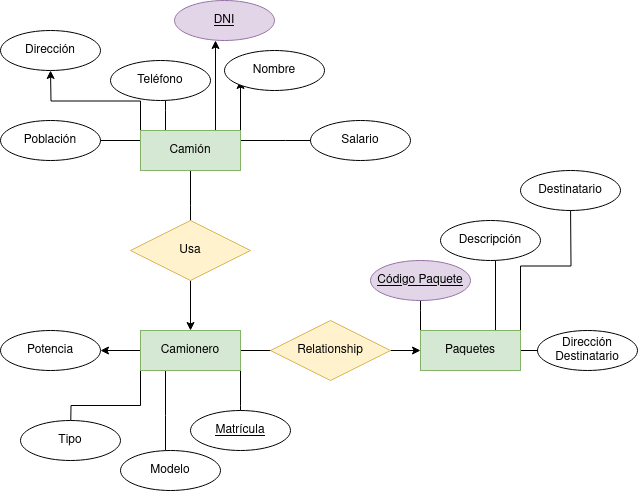
The draw.io diagram Unidad-1/Tareas/Tarea-4/Tarea4.drawio.png in jdrguez/2-Daw, before a commit. Source tidied: cells renumbered, new cells last; positions are measured from the earlier drawing's top-left corner, leaving out a move shared by most shapes.
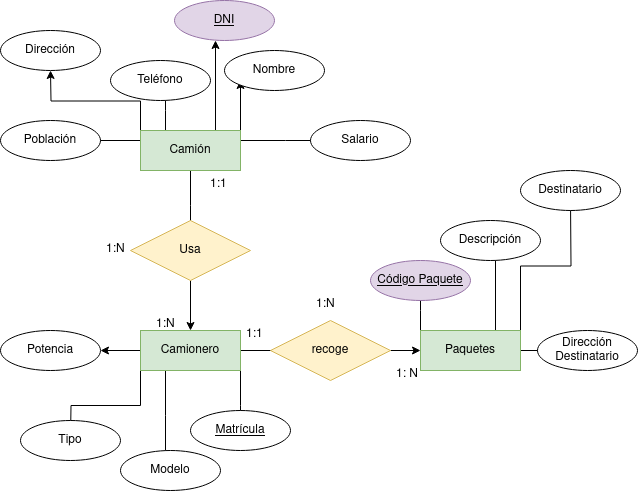
The same diagram one commit later.

The edit, as a diff of the source:
```diff
@@ -98,7 +98,7 @@
     <mxCell id="23" style="edgeStyle=orthogonalEdgeStyle;rounded=0;jettySize=auto;html=1;exitX=1;exitY=0.5;exitDx=0;exitDy=0;entryX=0;entryY=0.5;entryDx=0;entryDy=0;" parent="1" edge="1" source="24" target="22">
       <mxGeometry relative="1" as="geometry" />
     </mxCell>
-    <mxCell id="24" value="Relationship" style="shape=rhombus;perimeter=rhombusPerimeter;whiteSpace=wrap;html=1;align=center;fillColor=#fff2cc;strokeColor=#d6b656;" parent="1" vertex="1">
+    <mxCell id="24" value="recoge" style="shape=rhombus;perimeter=rhombusPerimeter;whiteSpace=wrap;html=1;align=center;fillColor=#fff2cc;strokeColor=#d6b656;" parent="1" vertex="1">
       <mxGeometry x="270" y="320" width="120" height="60" as="geometry" />
     </mxCell>
     <mxCell id="25" value="&lt;div&gt;Nombre&lt;/div&gt;" style="ellipse;whiteSpace=wrap;html=1;align=center;" parent="1" vertex="1">
@@ -143,5 +143,23 @@
     <mxCell id="38" value="Potencia" style="ellipse;whiteSpace=wrap;html=1;align=center;" parent="1" vertex="1">
       <mxGeometry y="330" width="100" height="40" as="geometry" />
     </mxCell>
+    <mxCell id="39" value="1:N" style="text;strokeColor=none;fillColor=none;spacingLeft=4;spacingRight=4;overflow=hidden;fontSize=12;whiteSpace=wrap;html=1;" parent="1" vertex="1">
+      <mxGeometry x="150" y="310" width="40" height="30" as="geometry" />
+    </mxCell>
+    <mxCell id="40" value="1:1" style="text;strokeColor=none;fillColor=none;spacingLeft=4;spacingRight=4;overflow=hidden;fontSize=12;whiteSpace=wrap;html=1;" parent="1" vertex="1">
+      <mxGeometry x="204" y="170" width="40" height="30" as="geometry" />
+    </mxCell>
+    <mxCell id="41" value="1:N" style="text;strokeColor=none;fillColor=none;spacingLeft=4;spacingRight=4;overflow=hidden;fontSize=12;whiteSpace=wrap;html=1;" parent="1" vertex="1">
+      <mxGeometry x="100" y="235" width="40" height="30" as="geometry" />
+    </mxCell>
+    <mxCell id="42" value="1: N" style="text;strokeColor=none;fillColor=none;spacingLeft=4;spacingRight=4;overflow=hidden;fontSize=12;whiteSpace=wrap;html=1;" parent="1" vertex="1">
+      <mxGeometry x="390" y="360" width="40" height="30" as="geometry" />
+    </mxCell>
+    <mxCell id="43" value="1:1" style="text;strokeColor=none;fillColor=none;spacingLeft=4;spacingRight=4;overflow=hidden;fontSize=12;whiteSpace=wrap;html=1;" parent="1" vertex="1">
+      <mxGeometry x="240" y="320" width="40" height="30" as="geometry" />
+    </mxCell>
+    <mxCell id="44" value="1:N" style="text;strokeColor=none;fillColor=none;spacingLeft=4;spacingRight=4;overflow=hidden;fontSize=12;whiteSpace=wrap;html=1;" parent="1" vertex="1">
+      <mxGeometry x="310" y="290" width="40" height="30" as="geometry" />
+    </mxCell>
   </root>
 </mxGraphModel>
```
